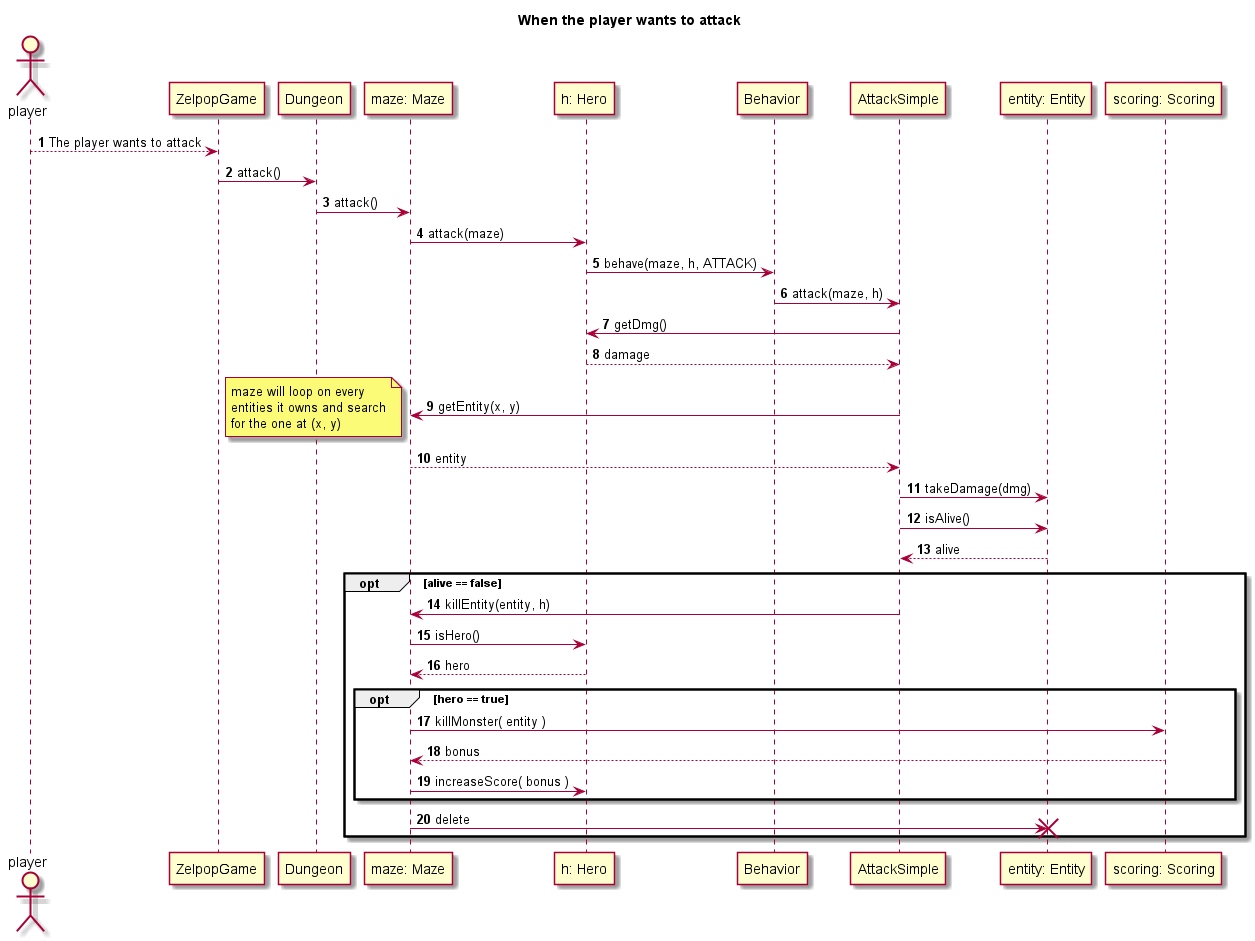
Earlier version of the PlantUML export doc/second_sprint/diagrams/sequences/attack.png (Reynault/ACL_2019_Zelpop).
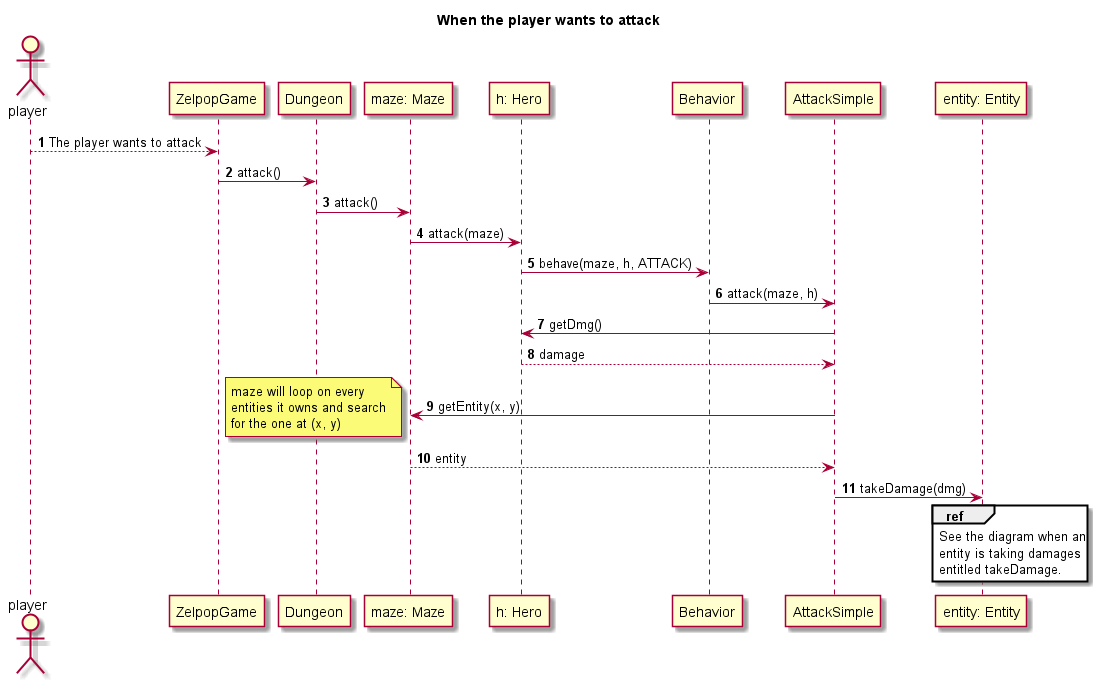
Later version of the same file.

Commit message:
second sprint: update sequences diagram

What changed in the source:
```diff
@@ -12,7 +12,6 @@
 participant Behavior as b
 participant AttackSimple as as
 participant "entity: Entity" as e
-participant "scoring: Scoring" as s
 
 player --> z: The player wants to attack
 
@@ -42,30 +41,11 @@
 
 as -> e: takeDamage(dmg)
 
-as -> e: isAlive()
+ref over e
+    See the diagram when an
+    entity is taking damages
+    entitled takeDamage.
+end ref
 
-e --> as: alive
-
-opt alive == false
-
-    as -> m: killEntity(entity, h)
-
-    m -> h: isHero()
-
-    h --> m: hero
-
-    opt hero == true
-
-        m -> s: killMonster( entity )
-
-        s --> m: bonus
-
-        m -> h: increaseScore( bonus )
-
-    end
-
-    m -> e!: delete
-
-end
 
 @enduml
```
